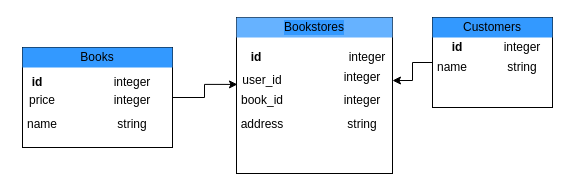
Above: 1.drawio in hihijazi/phase-4-bookify-books (draw.io), before the change. Source tidied: cells renumbered, new cells numbered last; positions are measured from the earlier drawing's top-left corner, leaving out a move shared by most shapes. Both pictures are drawn from the tidied source at 100%, with x=0, y=0 at pixel (17, 17).
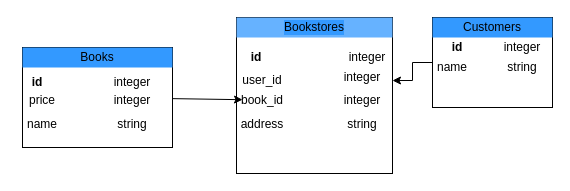
Above is the later version.

Unchanged cells that the change refers to:
```xml
<mxCell id="4" style="whiteSpace=wrap;html=1;" parent="1" vertex="1">
  <mxGeometry x="219" width="156" height="156" as="geometry" />
</mxCell>
<mxCell id="6" style="rounded=0;whiteSpace=wrap;html=1;" parent="1" vertex="1">
  <mxGeometry x="5" y="30" width="150" height="100" as="geometry" />
</mxCell>
<mxCell id="27" value="book_id" style="text;html=1;strokeColor=none;fillColor=none;align=center;verticalAlign=middle;whiteSpace=wrap;rounded=0;" parent="1" vertex="1">
  <mxGeometry x="225" y="72.5" width="40" height="20" as="geometry" />
</mxCell>
```

What changed in the source:
```diff
@@
-    <mxCell id="5" style="edgeStyle=orthogonalEdgeStyle;rounded=0;jettySize=auto;html=1;entryX=0.006;entryY=0.429;entryDx=0;entryDy=0;entryPerimeter=0;" parent="1" edge="1" source="6" target="4">
-      <mxGeometry relative="1" as="geometry" />
-    </mxCell>
+    <mxCell id="29" style="edgeStyle=none;html=1;" parent="1" edge="1" source="6" target="27">
+      <mxGeometry relative="1" as="geometry" />
+    </mxCell>
```
